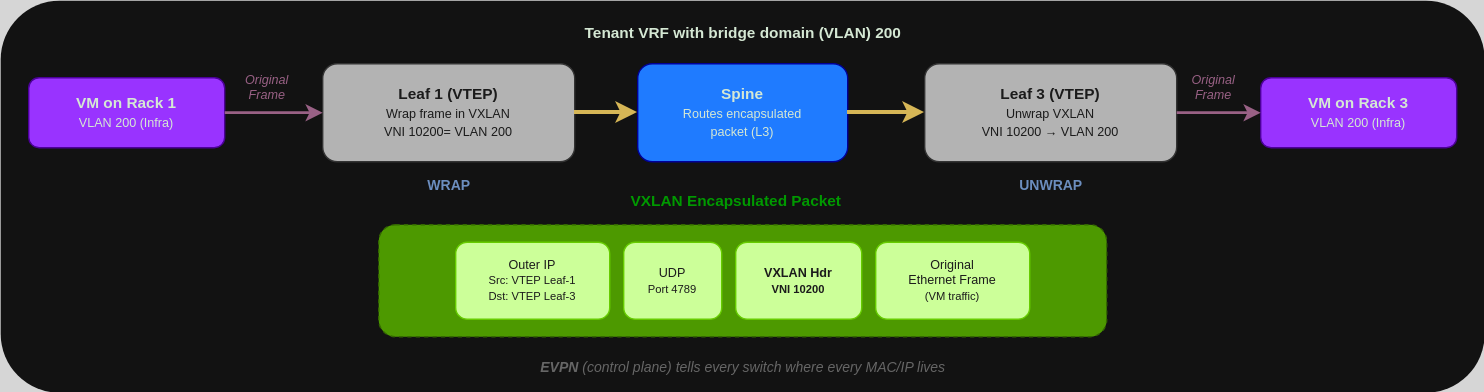
This is azure-local/plan/media/plan-deployment/leaf-spine-packet-flow-example.svg from MicrosoftDocs/azure-stack-docs, a draw.io export, as it was before one commit. Source tidied: cells renumbered, new cells last; positions are measured from the earlier drawing's top-left corner, leaving out a move shared by most shapes.
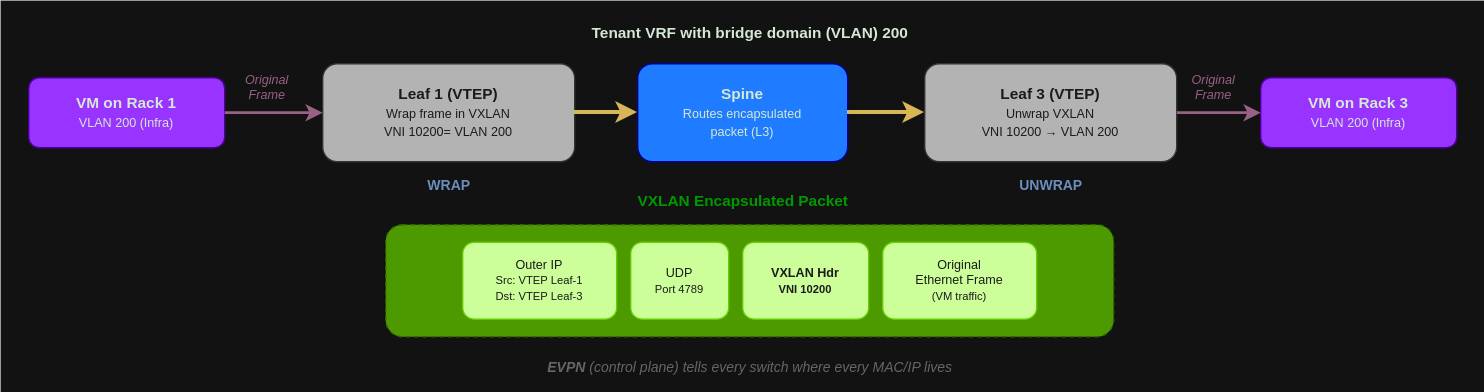
The same file after the commit.

What changed in the source:
```diff
@@ -2,9 +2,9 @@
   <root>
     <mxCell id="0" />
     <mxCell id="1" parent="0" />
-    <mxCell id="2" style="rounded=1;whiteSpace=wrap;html=1;strokeColor=none;" parent="1" vertex="1">
-      <mxGeometry width="1060" height="280" as="geometry" />
-    </mxCell>
+    <mxCell id="24" style="rounded=0;whiteSpace=wrap;html=1;strokeColor=none;" parent="1" vertex="1">
+      <mxGeometry width="1060" height="280" as="geometry" />
+    </mxCell>
     <mxCell id="3" value="&lt;b&gt;VM on Rack 1&lt;/b&gt;&lt;br&gt;&lt;font style=&quot;font-size:9px&quot;&gt;VLAN 200 (Infra)&lt;/font&gt;" style="rounded=1;whiteSpace=wrap;html=1;fillColor=#9933FF;strokeColor=#4C0099;fontSize=11;fontColor=#D5E8D4;fillStyle=solid;" parent="1" vertex="1">
       <mxGeometry x="20" y="55" width="140" height="50" as="geometry" />
     </mxCell>
@@ -18,22 +18,22 @@
       <mxGeometry relative="1" as="geometry" />
     </mxCell>
     <mxCell id="7" style="rounded=1;whiteSpace=wrap;html=1;fillColor=#4D9900;strokeColor=#336600;fontSize=10;dashed=1;" parent="1" vertex="1">
-      <mxGeometry x="270" y="160" width="520" height="80" as="geometry" />
+      <mxGeometry x="275" y="160" width="520" height="80" as="geometry" />
     </mxCell>
     <mxCell id="8" value="&lt;b&gt;VXLAN Encapsulated Packet&lt;/b&gt;" style="text;html=1;fontSize=11;fontStyle=1;fontColor=#009900;align=center;" parent="1" vertex="1">
-      <mxGeometry x="415" y="130" width="220" height="20" as="geometry" />
+      <mxGeometry x="420" y="130" width="220" height="20" as="geometry" />
     </mxCell>
     <mxCell id="9" value="Outer IP&lt;br&gt;&lt;font style=&quot;font-size:8px&quot;&gt;Src: VTEP Leaf-1&lt;br&gt;Dst: VTEP Leaf-3&lt;/font&gt;" style="rounded=1;whiteSpace=wrap;html=1;fillColor=#CCFF99;strokeColor=#66CC00;fontSize=9;fontColor=#1B1B1B;" parent="1" vertex="1">
-      <mxGeometry x="325" y="172.5" width="110" height="55" as="geometry" />
+      <mxGeometry x="330" y="172.5" width="110" height="55" as="geometry" />
     </mxCell>
     <mxCell id="10" value="UDP&lt;br&gt;&lt;font style=&quot;font-size:8px&quot;&gt;Port 4789&lt;/font&gt;" style="rounded=1;whiteSpace=wrap;html=1;fillColor=#CCFF99;strokeColor=#66CC00;fontSize=9;fontColor=#1B1B1B;align=center;verticalAlign=middle;fontFamily=Helvetica;" parent="1" vertex="1">
-      <mxGeometry x="445" y="172.5" width="70" height="55" as="geometry" />
+      <mxGeometry x="450" y="172.5" width="70" height="55" as="geometry" />
     </mxCell>
     <mxCell id="11" value="VXLAN Hdr&lt;br&gt;&lt;font style=&quot;font-size:8px&quot;&gt;&lt;b&gt;VNI 10200&lt;/b&gt;&lt;/font&gt;" style="rounded=1;whiteSpace=wrap;html=1;fillColor=#CCFF99;strokeColor=#66CC00;fontSize=9;fontStyle=1;fontColor=#1B1B1B;align=center;verticalAlign=middle;fontFamily=Helvetica;" parent="1" vertex="1">
-      <mxGeometry x="525" y="172.5" width="90" height="55" as="geometry" />
+      <mxGeometry x="530" y="172.5" width="90" height="55" as="geometry" />
     </mxCell>
     <mxCell id="12" value="Original&lt;br&gt;Ethernet Frame&lt;br&gt;&lt;font style=&quot;font-size:8px&quot;&gt;(VM traffic)&lt;/font&gt;" style="rounded=1;whiteSpace=wrap;html=1;fillColor=#CCFF99;strokeColor=#66CC00;fontSize=9;fontColor=#1B1B1B;align=center;verticalAlign=middle;fontFamily=Helvetica;" parent="1" vertex="1">
-      <mxGeometry x="625" y="172.5" width="110" height="55" as="geometry" />
+      <mxGeometry x="630" y="172.5" width="110" height="55" as="geometry" />
     </mxCell>
     <mxCell id="13" value="&lt;b&gt;Spine&lt;/b&gt;&lt;br&gt;&lt;font style=&quot;font-size:9px&quot;&gt;Routes encapsulated&lt;br&gt;packet (L3)&lt;/font&gt;" style="rounded=1;whiteSpace=wrap;html=1;fillColor=#1F7BFF;strokeColor=#000099;fontSize=11;fontColor=#D5E8D4;" parent="1" vertex="1">
       <mxGeometry x="455" y="45" width="150" height="70" as="geometry" />
@@ -57,7 +57,7 @@
       <mxGeometry relative="1" as="geometry" />
     </mxCell>
     <mxCell id="20" value="&lt;b&gt;EVPN&lt;/b&gt; (control plane) tells every switch where every MAC/IP lives" style="text;html=1;fontSize=10;fontStyle=2;align=center;fontColor=#666666;" parent="1" vertex="1">
-      <mxGeometry x="180" y="250" width="700" height="20" as="geometry" />
+      <mxGeometry x="185" y="250" width="700" height="20" as="geometry" />
     </mxCell>
     <mxCell id="21" value="&lt;font style=&quot;font-size:10px;color:#6c8ebf&quot;&gt;WRAP&lt;/font&gt;" style="text;html=1;fontSize=10;fontStyle=1;align=center;" parent="1" vertex="1">
       <mxGeometry x="280" y="120" width="80" height="20" as="geometry" />
@@ -66,7 +66,7 @@
       <mxGeometry x="700" y="120" width="100" height="20" as="geometry" />
     </mxCell>
     <mxCell id="23" value="&lt;b&gt;Tenant VRF with bridge domain (VLAN) 200&lt;/b&gt;" style="text;html=1;fontSize=11;fontStyle=1;fontColor=#D5E8D4;align=center;" parent="1" vertex="1">
-      <mxGeometry x="420" y="10" width="220" height="20" as="geometry" />
+      <mxGeometry x="425" y="10" width="220" height="20" as="geometry" />
     </mxCell>
   </root>
 </mxGraphModel>
```
